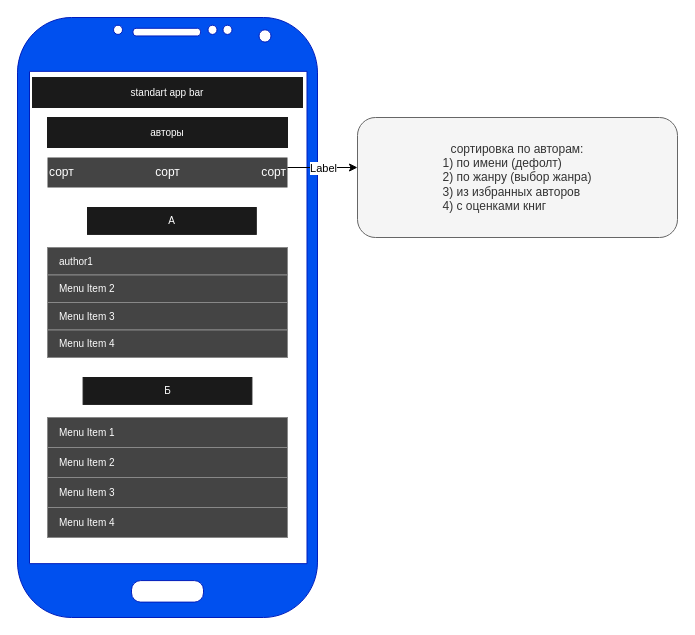
This is page "authors" (2 of 3) of prototypes/screens.drawio from garryk3/library, a draw.io file, before an edit. Source tidied: cells renumbered, new cells numbered last; positions are measured from the earlier drawing's top-left corner, leaving out a move shared by most shapes. Both pictures are drawn from the tidied source at 100%, with x=0, y=0 at pixel (17, 17).
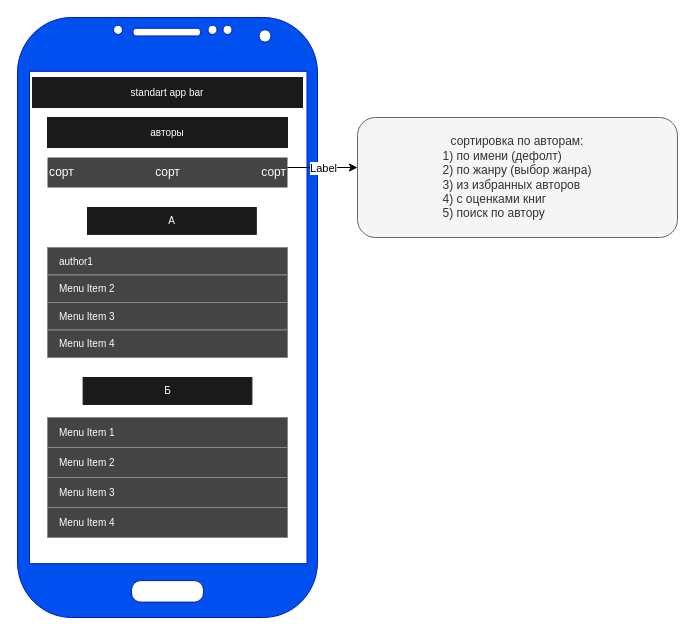
After the change.

The edit, as a diff of the source:
```diff
@@
-    <mxCell id="9" value="сортировка по авторам:&lt;br&gt;&lt;div style=&quot;text-align: left&quot;&gt;&lt;span&gt;1) по имени (дефолт)&lt;/span&gt;&lt;/div&gt;&lt;div style=&quot;text-align: left&quot;&gt;&lt;span&gt;2) по жанру (выбор жанра)&lt;/span&gt;&lt;/div&gt;&lt;div style=&quot;text-align: left&quot;&gt;&lt;span&gt;3) из избранных авторов&lt;/span&gt;&lt;/div&gt;&lt;div style=&quot;text-align: left&quot;&gt;&lt;span&gt;4) с оценками книг&lt;/span&gt;&lt;/div&gt;" style="rounded=1;whiteSpace=wrap;html=1;fillColor=#f5f5f5;strokeColor=#666666;fontColor=#333333;" parent="1" vertex="1">
+    <mxCell id="9" value="сортировка по авторам:&lt;br&gt;&lt;div style=&quot;text-align: left&quot;&gt;&lt;span&gt;1) по имени (дефолт)&lt;/span&gt;&lt;/div&gt;&lt;div style=&quot;text-align: left&quot;&gt;&lt;span&gt;2) по жанру (выбор жанра)&lt;/span&gt;&lt;/div&gt;&lt;div style=&quot;text-align: left&quot;&gt;&lt;span&gt;3) из избранных авторов&lt;/span&gt;&lt;/div&gt;&lt;div style=&quot;text-align: left&quot;&gt;&lt;span&gt;4) с оценками книг&lt;/span&gt;&lt;/div&gt;&lt;div style=&quot;text-align: left&quot;&gt;&lt;span&gt;5) поиск по автору&lt;/span&gt;&lt;/div&gt;" style="rounded=1;whiteSpace=wrap;html=1;fillColor=#f5f5f5;strokeColor=#666666;fontColor=#333333;" parent="1" vertex="1">
       <mxGeometry x="340" y="100" width="320" height="120" as="geometry" />
     </mxCell>
```
